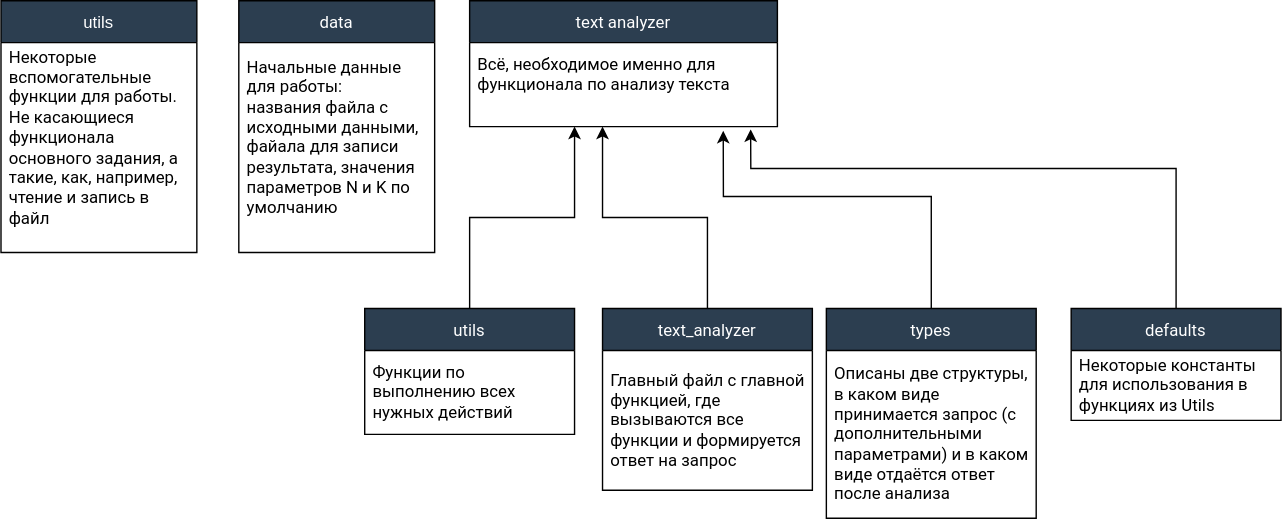
Above: 4 semester/LR1 2022.02.15/structure.svg in user-of-github/BSUIR_Labs_Programming-tools (draw.io), before the change. Source tidied: cells renumbered, new cells last; positions are measured from the earlier drawing's top-left corner, leaving out a move shared by most shapes.
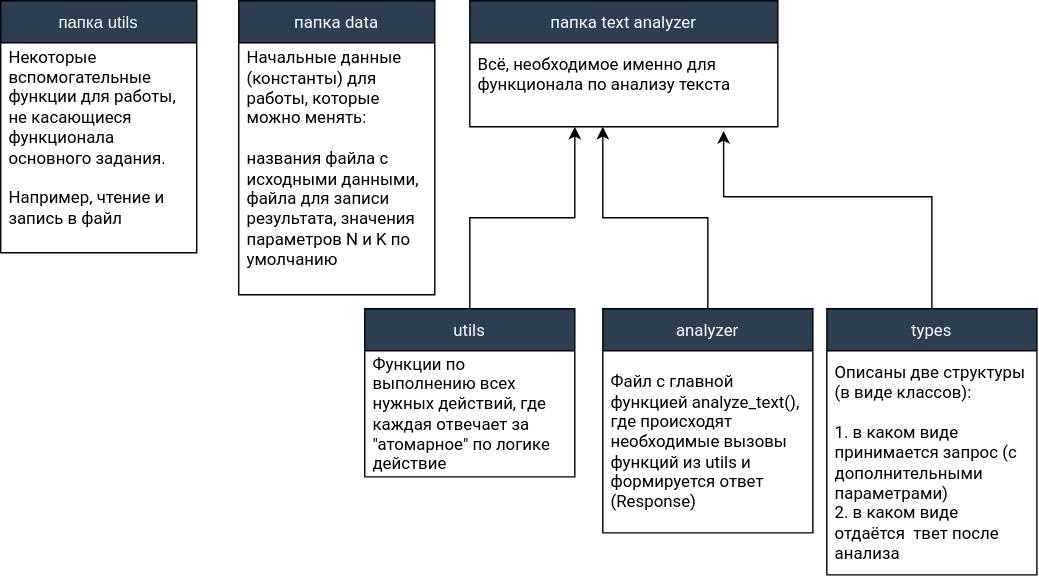
The same file after the commit.

Commit message:
Updated words filtering after splitting. Changed some names of files and vars. Updated SVG scheme of project structure

What changed in the source:
```diff
@@ -2,19 +2,19 @@
   <root>
     <mxCell id="0" />
     <mxCell id="1" parent="0" />
-    <mxCell id="2" value="utils" style="swimlane;fontStyle=0;horizontal=1;startSize=30;fontColor=#FFFFFF;fillColor=#2C3E50;" parent="1" vertex="1">
+    <mxCell id="2" value="папка utils" style="swimlane;fontStyle=0;horizontal=1;startSize=30;fontColor=#FFFFFF;fillColor=#2C3E50;" parent="1" vertex="1">
       <mxGeometry width="140" height="180" as="geometry" />
     </mxCell>
-    <mxCell id="3" value="Некоторые вспомогательные функции для работы. Не касающиеся функционала основного задания, а такие, как, например, чтение и запись в файл&#10;" style="text;strokeColor=none;fillColor=none;align=left;verticalAlign=middle;spacingLeft=4;spacingRight=4;overflow=hidden;whiteSpace=wrap;fontFamily=Roboto;" parent="2" vertex="1">
+    <mxCell id="3" value="Некоторые вспомогательные функции для работы, не касающиеся функционала основного задания.&#10;&#10; Например, чтение и запись в файл&#10;" style="text;strokeColor=none;fillColor=none;align=left;verticalAlign=middle;spacingLeft=4;spacingRight=4;overflow=hidden;whiteSpace=wrap;fontFamily=Roboto;" parent="2" vertex="1">
       <mxGeometry y="30" width="140" height="150" as="geometry" />
     </mxCell>
-    <mxCell id="4" value="data" style="swimlane;fontStyle=0;horizontal=1;startSize=30;fillColor=#2C3E50;fontColor=#FFFFFF;fontFamily=Roboto;" parent="1" vertex="1">
-      <mxGeometry x="170" width="140" height="180" as="geometry" />
+    <mxCell id="4" value="папка data" style="swimlane;fontStyle=0;horizontal=1;startSize=30;fillColor=#2C3E50;fontColor=#FFFFFF;fontFamily=Roboto;" parent="1" vertex="1">
+      <mxGeometry x="170" width="140" height="210" as="geometry" />
     </mxCell>
-    <mxCell id="5" value="Начальные данные для работы:&#10;названия файла с исходными данными, файала для записи результата, значения параметров N и K по умолчанию&#10;" style="text;strokeColor=none;fillColor=none;align=left;verticalAlign=middle;spacingLeft=4;spacingRight=4;overflow=hidden;whiteSpace=wrap;fontFamily=Roboto;" parent="4" vertex="1">
-      <mxGeometry y="30" width="140" height="150" as="geometry" />
+    <mxCell id="5" value="Начальные данные (константы) для работы, которые можно менять:&#10;&#10;названия файла с исходными данными, файла для записи результата, значения параметров N и K по умолчанию&#10;" style="text;strokeColor=none;fillColor=none;align=left;verticalAlign=middle;spacingLeft=4;spacingRight=4;overflow=hidden;whiteSpace=wrap;fontFamily=Roboto;" parent="4" vertex="1">
+      <mxGeometry y="30" width="140" height="180" as="geometry" />
     </mxCell>
-    <mxCell id="6" value="text analyzer" style="swimlane;fontStyle=0;horizontal=1;startSize=30;fillColor=#2C3E50;fontColor=#FFFFFF;fontFamily=Roboto;" parent="1" vertex="1">
+    <mxCell id="6" value="папка text analyzer" style="swimlane;fontStyle=0;horizontal=1;startSize=30;fillColor=#2C3E50;fontColor=#FFFFFF;fontFamily=Roboto;" parent="1" vertex="1">
       <mxGeometry x="335" width="220" height="90" as="geometry" />
     </mxCell>
     <mxCell id="7" value="Всё, необходимое именно для функционала по анализу текста&#10;" style="text;strokeColor=none;fillColor=none;align=left;verticalAlign=middle;spacingLeft=4;spacingRight=4;overflow=hidden;points=[[0,0.5],[1,0.5]];portConstraint=eastwest;whiteSpace=wrap;fontFamily=Roboto;" parent="6" vertex="1">
@@ -26,21 +26,21 @@
       </mxGeometry>
     </mxCell>
     <mxCell id="9" value="utils" style="swimlane;fontStyle=0;horizontal=1;startSize=30;fillColor=#2C3E50;fontColor=#FFFFFF;fontFamily=Roboto;" parent="1" vertex="1">
-      <mxGeometry x="260" y="220" width="150" height="90" as="geometry" />
+      <mxGeometry x="260" y="220" width="150" height="120" as="geometry" />
     </mxCell>
-    <mxCell id="10" value="Функции по выполнению всех нужных действий" style="text;strokeColor=none;fillColor=none;align=left;verticalAlign=middle;spacingLeft=4;spacingRight=4;overflow=hidden;whiteSpace=wrap;fontFamily=Roboto;" parent="9" vertex="1">
-      <mxGeometry y="30" width="150" height="60" as="geometry" />
+    <mxCell id="10" value="Функции по выполнению всех нужных действий, где каждая отвечает за &quot;атомарное&quot; по логике действие" style="text;strokeColor=none;fillColor=none;align=left;verticalAlign=middle;spacingLeft=4;spacingRight=4;overflow=hidden;whiteSpace=wrap;fontFamily=Roboto;" parent="9" vertex="1">
+      <mxGeometry y="30" width="150" height="90" as="geometry" />
     </mxCell>
     <mxCell id="11" style="edgeStyle=orthogonalEdgeStyle;rounded=0;jettySize=auto;html=1;fontFamily=Roboto;fontColor=#FFFFFF;" parent="1" edge="1" source="12">
       <mxGeometry relative="1" as="geometry">
         <mxPoint x="430" y="90" as="targetPoint" />
       </mxGeometry>
     </mxCell>
-    <mxCell id="12" value="text_analyzer" style="swimlane;fontStyle=0;horizontal=1;startSize=30;fillColor=#2C3E50;fontColor=#FFFFFF;fontFamily=Roboto;" parent="1" vertex="1">
-      <mxGeometry x="430" y="220" width="150" height="130" as="geometry" />
+    <mxCell id="12" value="analyzer" style="swimlane;fontStyle=0;horizontal=1;startSize=30;fillColor=#2C3E50;fontColor=#FFFFFF;fontFamily=Roboto;" parent="1" vertex="1">
+      <mxGeometry x="430" y="220" width="150" height="160" as="geometry" />
     </mxCell>
-    <mxCell id="13" value="Главный файл с главной функцией, где вызываются все функции и формируется ответ на запрос" style="text;strokeColor=none;fillColor=none;align=left;verticalAlign=middle;spacingLeft=4;spacingRight=4;overflow=hidden;whiteSpace=wrap;fontFamily=Roboto;" parent="12" vertex="1">
-      <mxGeometry y="30" width="150" height="100" as="geometry" />
+    <mxCell id="13" value="Файл с главной функцией analyze_text(), где происходят необходимые вызовы функций из utils и формируется ответ (Response) " style="text;strokeColor=none;fillColor=none;align=left;verticalAlign=middle;spacingLeft=4;spacingRight=4;overflow=hidden;whiteSpace=wrap;fontFamily=Roboto;" parent="12" vertex="1">
+      <mxGeometry y="30" width="150" height="130" as="geometry" />
     </mxCell>
     <mxCell id="14" style="edgeStyle=orthogonalEdgeStyle;rounded=0;jettySize=auto;html=1;entryX=0.824;entryY=1.05;entryDx=0;entryDy=0;entryPerimeter=0;fontFamily=Roboto;fontColor=#FFFFFF;" parent="1" edge="1" source="15" target="7">
       <mxGeometry relative="1" as="geometry">
@@ -51,24 +51,10 @@
       </mxGeometry>
     </mxCell>
     <mxCell id="15" value="types" style="swimlane;fontStyle=0;horizontal=1;startSize=30;fillColor=#2C3E50;fontColor=#FFFFFF;fontFamily=Roboto;" parent="1" vertex="1">
-      <mxGeometry x="590" y="220" width="150" height="150" as="geometry" />
+      <mxGeometry x="590" y="220" width="150" height="190" as="geometry" />
     </mxCell>
-    <mxCell id="16" value="Описаны две структуры, в каком виде принимается запрос (с дополнительными параметрами) и в каком виде отдаётся ответ после анализа" style="text;strokeColor=none;fillColor=none;align=left;verticalAlign=middle;spacingLeft=4;spacingRight=4;overflow=hidden;whiteSpace=wrap;fontFamily=Roboto;" parent="15" vertex="1">
-      <mxGeometry y="30" width="150" height="120" as="geometry" />
+    <mxCell id="16" value="Описаны две структуры (в виде классов):&#10;&#10; 1. в каком виде принимается запрос (с дополнительными параметрами) &#10;2. в каком виде отдаётся  твет после анализа" style="text;strokeColor=none;fillColor=none;align=left;verticalAlign=middle;spacingLeft=4;spacingRight=4;overflow=hidden;whiteSpace=wrap;fontFamily=Roboto;" parent="15" vertex="1">
+      <mxGeometry y="30" width="150" height="160" as="geometry" />
     </mxCell>
-    <mxCell id="17" style="edgeStyle=orthogonalEdgeStyle;rounded=0;jettySize=auto;html=1;entryX=0.913;entryY=1.033;entryDx=0;entryDy=0;entryPerimeter=0;" parent="1" edge="1" source="18" target="7">
-      <mxGeometry relative="1" as="geometry">
-        <Array as="points">
-          <mxPoint x="840" y="120" />
-          <mxPoint x="536" y="120" />
-        </Array>
-      </mxGeometry>
-    </mxCell>
-    <mxCell id="18" value="defaults" style="swimlane;fontStyle=0;horizontal=1;startSize=30;fillColor=#2C3E50;fontColor=#FFFFFF;fontFamily=Roboto;" parent="1" vertex="1">
-      <mxGeometry x="765" y="220" width="150" height="80" as="geometry" />
-    </mxCell>
-    <mxCell id="19" value="Некоторые константы для использования в функциях из Utils " style="text;strokeColor=none;fillColor=none;align=left;verticalAlign=middle;spacingLeft=4;spacingRight=4;overflow=hidden;whiteSpace=wrap;fontFamily=Roboto;" parent="18" vertex="1">
-      <mxGeometry y="30" width="150" height="50" as="geometry" />
-    </mxCell>
   </root>
 </mxGraphModel>
```
